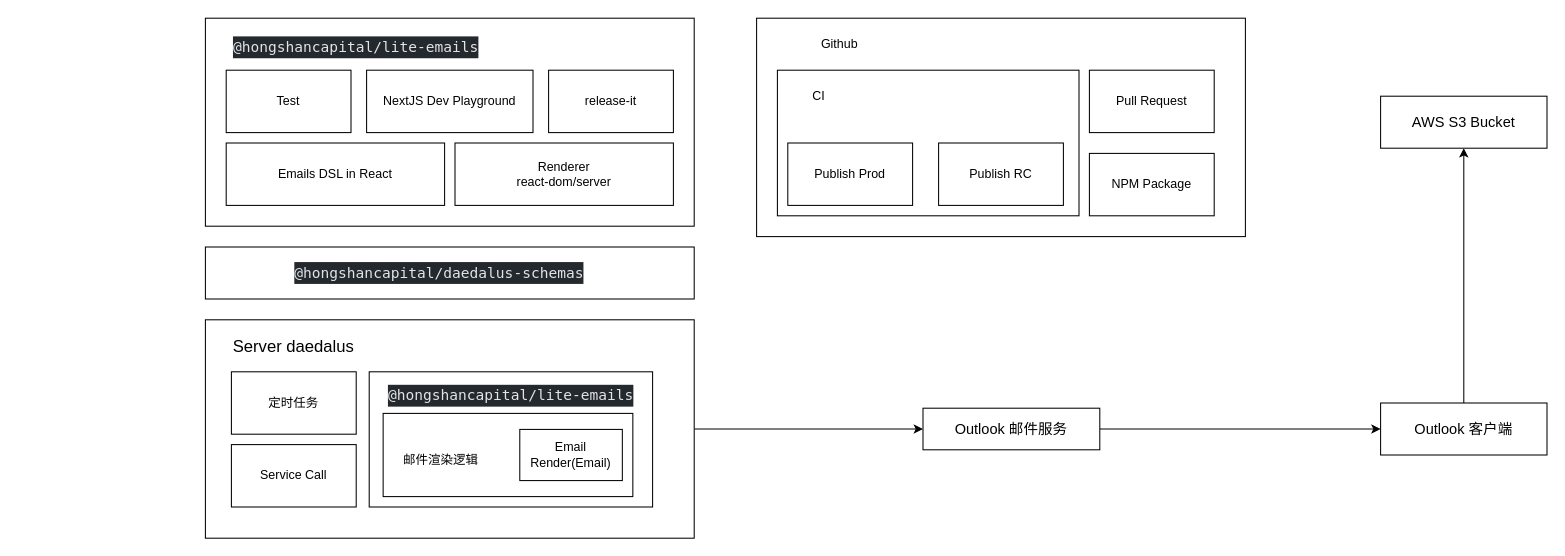
The draw.io diagram Untitled Diagram.drawio in PeterChen1997/Astro-Home, before the edit. Source tidied: cells renumbered, new cells numbered last; positions are measured from the earlier drawing's top-left corner, leaving out a move shared by most shapes. Both pictures are drawn from the tidied source at 104%, with x=0, y=0 at pixel (205, 18).
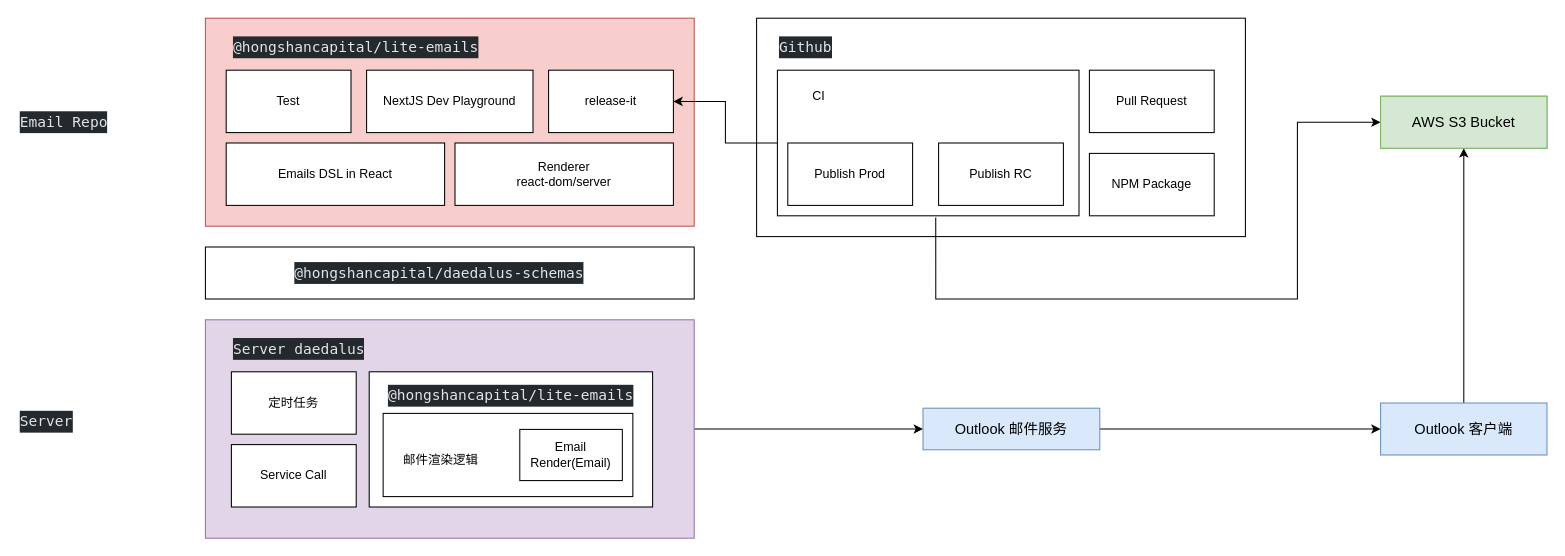
The same diagram, later.

Unchanged cells that the change refers to:
```xml
<mxCell id="13" value="release-it" style="rounded=0;whiteSpace=wrap;html=1;" parent="1" vertex="1">
  <mxGeometry x="330" y="50" width="120" height="60" as="geometry" />
</mxCell>
<mxCell id="19" style="rounded=0;whiteSpace=wrap;html=1;" parent="1" vertex="1">
  <mxGeometry x="550" y="50" width="290" height="140" as="geometry" />
</mxCell>
```

Change to the diagram source:
```diff
@@
-    <mxCell id="3" style="rounded=0;whiteSpace=wrap;html=1;" parent="1" vertex="1">
+    <mxCell id="3" style="rounded=0;whiteSpace=wrap;html=1;fillColor=#e1d5e7;strokeColor=#9673a6;" parent="1" vertex="1">
       <mxGeometry y="290" width="470" height="210" as="geometry" />
     </mxCell>
-    <mxCell id="4" value="&lt;div style=&quot;font-size: 13px;&quot;&gt;&lt;font style=&quot;font-size: 16px;&quot;&gt;Server daedalus&lt;/font&gt;&lt;/div&gt;" style="text;html=1;strokeColor=none;fillColor=none;align=center;verticalAlign=middle;whiteSpace=wrap;rounded=0;" parent="1" vertex="1">
+    <mxCell id="4" value="&lt;div style=&quot;font-size: 13px;&quot;&gt;&lt;br&gt;&lt;/div&gt;" style="text;html=1;strokeColor=none;fillColor=none;align=center;verticalAlign=middle;whiteSpace=wrap;rounded=0;" parent="1" vertex="1">
       <mxGeometry x="15" y="300" width="140" height="30" as="geometry" />
     </mxCell>
@@
-    <mxCell id="7" style="rounded=0;whiteSpace=wrap;html=1;" parent="1" vertex="1">
+    <mxCell id="7" style="rounded=0;whiteSpace=wrap;html=1;fillColor=#dae8fc;strokeColor=#6c8ebf;" parent="1" vertex="1">
       <mxGeometry x="690" y="375" width="170" height="40" as="geometry" />
     </mxCell>
@@
-    <mxCell id="9" style="rounded=0;whiteSpace=wrap;html=1;" parent="1" vertex="1">
+    <mxCell id="9" style="rounded=0;whiteSpace=wrap;html=1;fillColor=#f8cecc;strokeColor=#b85450;" parent="1" vertex="1">
       <mxGeometry width="470" height="200" as="geometry" />
     </mxCell>
@@
-    <mxCell id="16" value="Github" style="text;html=1;strokeColor=none;fillColor=none;align=center;verticalAlign=middle;whiteSpace=wrap;rounded=0;" parent="1" vertex="1">
-      <mxGeometry x="540" y="10" width="140" height="30" as="geometry" />
-    </mxCell>
@@
+    <mxCell id="41" style="edgeStyle=orthogonalEdgeStyle;rounded=0;jettySize=auto;html=1;entryX=0;entryY=0.5;entryDx=0;entryDy=0;exitX=0.525;exitY=1.012;exitDx=0;exitDy=0;exitPerimeter=0;" parent="1" edge="1" source="19" target="39">
+      <mxGeometry relative="1" as="geometry">
+        <Array as="points">
+          <mxPoint x="702" y="270" />
+          <mxPoint x="1050" y="270" />
+          <mxPoint x="1050" y="100" />
+        </Array>
+      </mxGeometry>
+    </mxCell>
+    <mxCell id="42" style="edgeStyle=orthogonalEdgeStyle;rounded=0;jettySize=auto;html=1;entryX=1;entryY=0.5;entryDx=0;entryDy=0;" parent="1" edge="1" source="19" target="13">
+      <mxGeometry relative="1" as="geometry" />
+    </mxCell>
@@
-    <mxCell id="24" style="rounded=0;whiteSpace=wrap;html=1;" parent="1" vertex="1">
+    <mxCell id="24" style="rounded=0;whiteSpace=wrap;html=1;fillColor=#dae8fc;strokeColor=#6c8ebf;" parent="1" vertex="1">
       <mxGeometry x="1130" y="370" width="160" height="50" as="geometry" />
     </mxCell>
@@
-    <mxCell id="38" style="group;" parent="1" vertex="1">
+    <mxCell id="38" style="group;fillColor=#d5e8d4;strokeColor=#82b366;" parent="1" vertex="1">
       <mxGeometry x="1130" y="75" width="160" height="50" as="geometry" />
     </mxCell>
-    <mxCell id="39" style="rounded=0;whiteSpace=wrap;html=1;" parent="38" vertex="1">
+    <mxCell id="39" style="rounded=0;whiteSpace=wrap;html=1;fillColor=#d5e8d4;strokeColor=#82b366;" parent="38" vertex="1">
       <mxGeometry width="160" height="50" as="geometry" />
     </mxCell>
@@
+    <mxCell id="43" value="&lt;div style=&quot;color: rgb(225, 228, 232); background-color: rgb(36, 41, 46); font-family: Fira Code, Menlo, Monaco, &amp;quot;Courier New&amp;quot;, monospace, Menlo, Monaco, &amp;quot;Courier New&amp;quot;, monospace; font-weight: normal; font-size: 14px; line-height: 21px;&quot;&gt;&lt;div&gt;&lt;font style=&quot;font-size: 14px;&quot;&gt;Server daedalus&lt;/font&gt;&lt;/div&gt;&lt;/div&gt;" style="text;html=1;strokeColor=none;fillColor=none;align=left;verticalAlign=middle;whiteSpace=wrap;rounded=0;" parent="1" vertex="1">
+      <mxGeometry x="25" y="300" width="298.2" height="35" as="geometry" />
+    </mxCell>
+    <mxCell id="16" value="&lt;div style=&quot;color: rgb(225, 228, 232); background-color: rgb(36, 41, 46); font-family: Fira Code, Menlo, Monaco, &amp;quot;Courier New&amp;quot;, monospace, Menlo, Monaco, &amp;quot;Courier New&amp;quot;, monospace; font-weight: normal; font-size: 14px; line-height: 21px;&quot;&gt;&lt;div&gt;Github&lt;/div&gt;&lt;/div&gt;" style="text;html=1;strokeColor=none;fillColor=none;align=left;verticalAlign=middle;whiteSpace=wrap;rounded=0;" parent="1" vertex="1">
+      <mxGeometry x="550" y="10" width="298.2" height="35" as="geometry" />
+    </mxCell>
+    <mxCell id="44" value="&lt;div style=&quot;color: rgb(225, 228, 232); background-color: rgb(36, 41, 46); font-family: Fira Code, Menlo, Monaco, &amp;quot;Courier New&amp;quot;, monospace, Menlo, Monaco, &amp;quot;Courier New&amp;quot;, monospace; font-weight: normal; font-size: 14px; line-height: 21px;&quot;&gt;&lt;div&gt;&lt;font style=&quot;font-size: 14px;&quot;&gt;Server &lt;/font&gt;&lt;/div&gt;&lt;/div&gt;" style="text;html=1;strokeColor=none;fillColor=none;align=left;verticalAlign=middle;whiteSpace=wrap;rounded=0;" parent="1" vertex="1">
+      <mxGeometry x="-180" y="370" width="130" height="35" as="geometry" />
+    </mxCell>
+    <mxCell id="45" value="&lt;div style=&quot;color: rgb(225, 228, 232); background-color: rgb(36, 41, 46); font-family: Fira Code, Menlo, Monaco, &amp;quot;Courier New&amp;quot;, monospace, Menlo, Monaco, &amp;quot;Courier New&amp;quot;, monospace; font-weight: normal; font-size: 14px; line-height: 21px;&quot;&gt;&lt;div&gt;&lt;font style=&quot;font-size: 14px;&quot;&gt;Email Repo&lt;br&gt;&lt;/font&gt;&lt;/div&gt;&lt;/div&gt;" style="text;html=1;strokeColor=none;fillColor=none;align=left;verticalAlign=middle;whiteSpace=wrap;rounded=0;" parent="1" vertex="1">
+      <mxGeometry x="-180" y="82.5" width="130" height="35" as="geometry" />
+    </mxCell>
```
